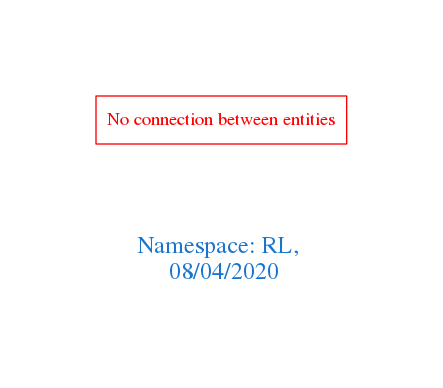
The Graphviz diagram downloads/RL.png in arago/OGIT, before a commit. Its source is kept beside it as downloads/RL.dot.
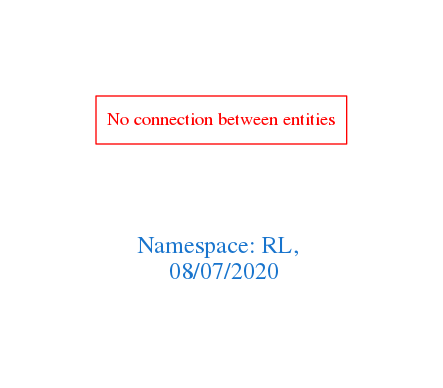
Above is the later version.

Change to the diagram source:
```diff
@@ -1,7 +1,7 @@
 digraph OGIT_ontology {
  graph [ rankdir= LR,pad=1
 fontsize = 18,
-fontcolor= dodgerblue3,label = "\n\n\nNamespace: RL, \n 08/04/2020"];
+fontcolor= dodgerblue3,label = "\n\n\nNamespace: RL, \n 08/07/2020"];
 node[shape=polygon];
 edge [  color="gray81"];
 
```
